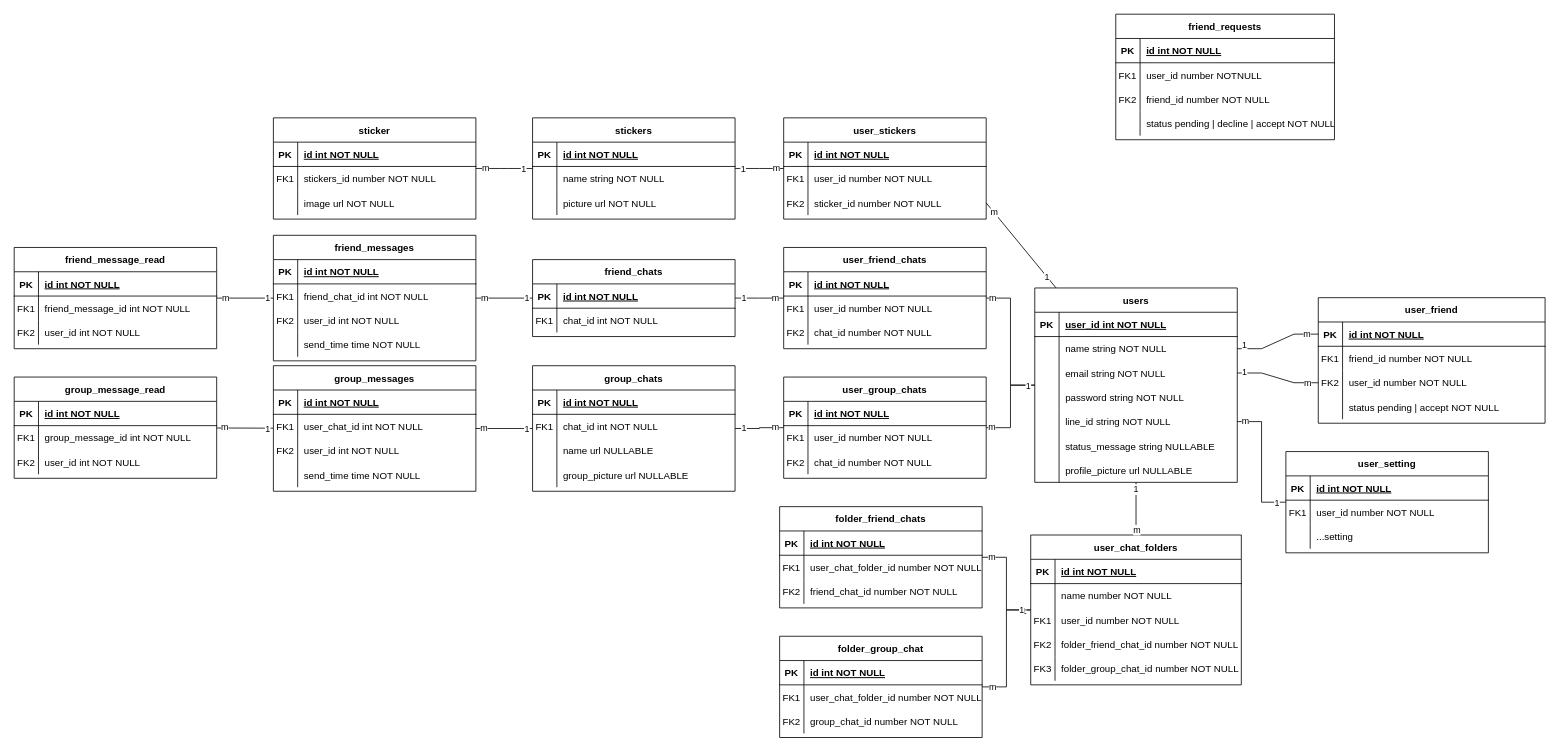
Above: diagram/ER_diagram.drawio in MeowKyWay/LINE-Clone (draw.io), before the change. Source tidied: cells renumbered, new cells numbered last; positions are measured from the earlier drawing's top-left corner, leaving out a move shared by most shapes. Both pictures are drawn from the tidied source at 81%, with x=0, y=0 at pixel (14, 14).
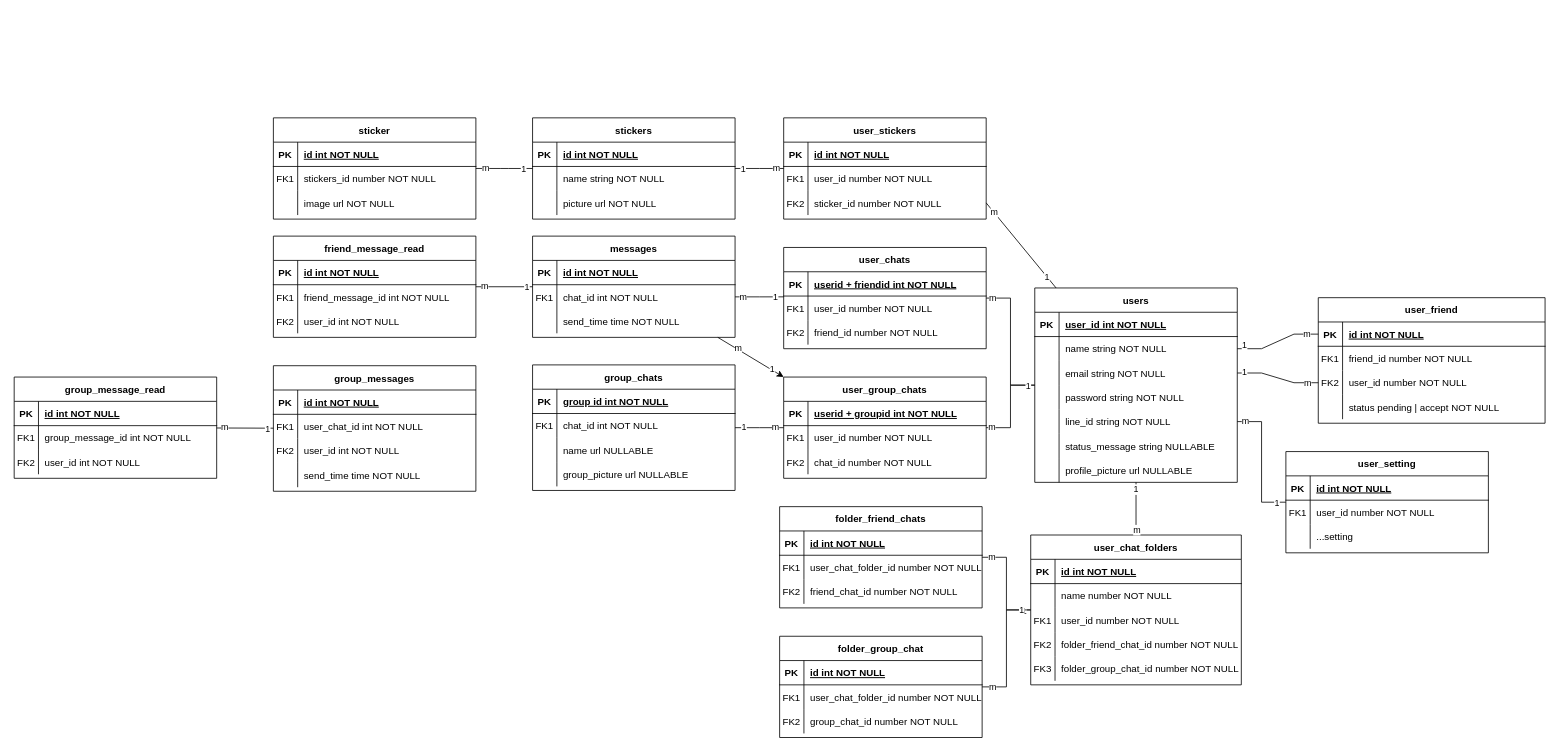
After the change.

Commit message (it also covers changes not shown here):
Add pending filter to friendRequest subscription

The change refers to these unchanged cells:
```xml
<mxCell id="13" style="shape=partialRectangle;fillColor=none;points=[[0,0.5],[1,0.5]];portConstraint=eastwest;top=0;left=0;right=0;bottom=0;" parent="9" vertex="1">
  <mxGeometry y="60" width="250" height="30" as="geometry" />
</mxCell>
<mxCell id="45" style="shape=partialRectangle;fillColor=none;top=0;left=0;right=0;bottom=1;" parent="44" vertex="1">
  <mxGeometry y="30" width="250" height="30" as="geometry" />
</mxCell>
<mxCell id="48" style="shape=partialRectangle;fillColor=none;points=[[0,0.5],[1,0.5]];portConstraint=eastwest;top=0;left=0;right=0;bottom=0;" parent="44" vertex="1">
  <mxGeometry y="60" width="250" height="30" as="geometry" />
</mxCell>
<mxCell id="51" style="shape=partialRectangle;fillColor=none;top=0;left=0;right=0;bottom=0;" parent="44" vertex="1">
  <mxGeometry y="90" width="250" height="30" as="geometry" />
</mxCell>
<mxCell id="62" value="user_group_chats" style="shape=table;startSize=30;childLayout=tableLayout;rowLines=0;fontStyle=1;align=center;" parent="1" vertex="1">
  <mxGeometry x="950" y="448" width="250" height="125" as="geometry" />
</mxCell>
<mxCell id="63" style="shape=partialRectangle;fillColor=none;top=0;left=0;right=0;bottom=1;" parent="62" vertex="1">
  <mxGeometry y="30" width="250" height="30" as="geometry" />
</mxCell>
<mxCell id="76" style="shape=partialRectangle;fillColor=none;top=0;left=0;right=0;bottom=1;" parent="75" vertex="1">
  <mxGeometry y="30" width="250" height="30" as="geometry" />
</mxCell>
<mxCell id="88" value="group_messages" style="shape=table;startSize=30;childLayout=tableLayout;rowLines=0;fontStyle=1;align=center;" parent="1" vertex="1">
  <mxGeometry x="320" y="434" width="250" height="155" as="geometry" />
</mxCell>
```

Change to the diagram source:
```diff
@@
-    <mxCell id="2" value="friend_chats" style="shape=table;startSize=30;childLayout=tableLayout;rowLines=0;fontStyle=1;align=center;" parent="1" vertex="1">
-      <mxGeometry x="640" y="303" width="250" height="95" as="geometry" />
-    </mxCell>
-    <mxCell id="3" style="shape=partialRectangle;fillColor=none;top=0;left=0;right=0;bottom=1;" parent="2" vertex="1">
-      <mxGeometry y="30" width="250" height="30" as="geometry" />
-    </mxCell>
-    <mxCell id="4" value="PK" style="shape=partialRectangle;overflow=hidden;fillColor=none;top=0;left=0;bottom=0;right=0;fontStyle=1;" parent="3" vertex="1">
-      <mxGeometry width="30" height="30" as="geometry" />
-    </mxCell>
-    <mxCell id="5" value="id int NOT NULL " style="shape=partialRectangle;overflow=hidden;fillColor=none;top=0;left=0;bottom=0;right=0;align=left;spacingLeft=6;fontStyle=5;" parent="3" vertex="1">
-      <mxGeometry x="30" width="220" height="30" as="geometry" />
-    </mxCell>
-    <mxCell id="6" style="shape=partialRectangle;fillColor=none;top=0;left=0;right=0;bottom=0;" parent="2" vertex="1">
-      <mxGeometry y="60" width="250" height="30" as="geometry" />
-    </mxCell>
-    <mxCell id="7" value="FK1" style="shape=partialRectangle;overflow=hidden;fillColor=none;top=0;left=0;bottom=0;right=0;" parent="6" vertex="1">
-      <mxGeometry width="30" height="30" as="geometry" />
-    </mxCell>
-    <mxCell id="8" value="chat_id int NOT NULL" style="shape=partialRectangle;overflow=hidden;fillColor=none;top=0;left=0;bottom=0;right=0;align=left;spacingLeft=6;" parent="6" vertex="1">
-      <mxGeometry x="30" width="220" height="30" as="geometry" />
-    </mxCell>
+    <mxCell id="262" style="edgeStyle=none;html=1;entryX=0;entryY=0;entryDx=0;entryDy=0;" parent="1" edge="1" source="9" target="62">
+      <mxGeometry relative="1" as="geometry" />
+    </mxCell>
+    <mxCell id="263" value="m" style="edgeLabel;html=1;align=center;verticalAlign=middle;" parent="262" vertex="1">
+      <mxGeometry x="-0.41" y="2" relative="1" as="geometry" />
+    </mxCell>
+    <mxCell id="264" value="1" style="edgeLabel;html=1;align=center;verticalAlign=middle;" parent="262" vertex="1">
+      <mxGeometry x="0.63" y="1" relative="1" as="geometry" />
+    </mxCell>
-    <mxCell id="9" value="friend_messages" style="shape=table;startSize=30;childLayout=tableLayout;rowLines=0;fontStyle=1;align=center;" parent="1" vertex="1">
-      <mxGeometry x="320" y="273" width="250" height="155" as="geometry" />
+    <mxCell id="9" value="messages" style="shape=table;startSize=30;childLayout=tableLayout;rowLines=0;fontStyle=1;align=center;" parent="1" vertex="1">
+      <mxGeometry x="640" y="274" width="250" height="125" as="geometry" />
     </mxCell>
@@
-    <mxCell id="15" value="friend_chat_id int NOT NULL" style="shape=partialRectangle;overflow=hidden;fillColor=none;top=0;left=0;bottom=0;right=0;align=left;spacingLeft=6;" parent="13" vertex="1">
+    <mxCell id="15" value="chat_id int NOT NULL" style="shape=partialRectangle;overflow=hidden;fillColor=none;top=0;left=0;bottom=0;right=0;align=left;spacingLeft=6;" parent="13" vertex="1">
       <mxGeometry x="30" width="220" height="30" as="geometry" />
     </mxCell>
-    <mxCell id="16" style="shape=partialRectangle;fillColor=none;top=0;left=0;right=0;bottom=0;" parent="9" vertex="1">
-      <mxGeometry y="90" width="250" height="30" as="geometry" />
-    </mxCell>
-    <mxCell id="17" value="FK2" style="shape=partialRectangle;overflow=hidden;fillColor=none;top=0;left=0;bottom=0;right=0;" parent="16" vertex="1">
-      <mxGeometry width="30" height="30" as="geometry" />
-    </mxCell>
-    <mxCell id="18" value="user_id int NOT NULL" style="shape=partialRectangle;overflow=hidden;fillColor=none;top=0;left=0;bottom=0;right=0;align=left;spacingLeft=6;" parent="16" vertex="1">
-      <mxGeometry x="30" width="220" height="30" as="geometry" />
-    </mxCell>
     <mxCell id="19" style="shape=partialRectangle;fillColor=none;top=0;left=0;right=0;bottom=0;" parent="9" vertex="1">
-      <mxGeometry y="120" width="250" height="30" as="geometry" />
+      <mxGeometry y="90" width="250" height="30" as="geometry" />
     </mxCell>
@@
-    <mxCell id="44" value="user_friend_chats" style="shape=table;startSize=30;childLayout=tableLayout;rowLines=0;fontStyle=1;align=center;" parent="1" vertex="1">
+    <mxCell id="44" value="user_chats" style="shape=table;startSize=30;childLayout=tableLayout;rowLines=0;fontStyle=1;align=center;" parent="1" vertex="1">
       <mxGeometry x="950" y="288" width="250" height="125" as="geometry" />
     </mxCell>
@@
-    <mxCell id="47" value="id int NOT NULL " style="shape=partialRectangle;overflow=hidden;fillColor=none;top=0;left=0;bottom=0;right=0;align=left;spacingLeft=6;fontStyle=5;" parent="45" vertex="1">
+    <mxCell id="47" value="userid + friendid int NOT NULL " style="shape=partialRectangle;overflow=hidden;fillColor=none;top=0;left=0;bottom=0;right=0;align=left;spacingLeft=6;fontStyle=5;" parent="45" vertex="1">
       <mxGeometry x="30" width="220" height="30" as="geometry" />
     </mxCell>
@@
-    <mxCell id="53" value="chat_id number NOT NULL" style="shape=partialRectangle;overflow=hidden;fillColor=none;top=0;left=0;bottom=0;right=0;align=left;spacingLeft=6;" parent="51" vertex="1">
+    <mxCell id="53" value="friend_id number NOT NULL" style="shape=partialRectangle;overflow=hidden;fillColor=none;top=0;left=0;bottom=0;right=0;align=left;spacingLeft=6;" parent="51" vertex="1">
       <mxGeometry x="30" width="220" height="30" as="geometry" />
     </mxCell>
@@
-    <mxCell id="56" style="endArrow=none;html=1;rounded=0;edgeStyle=entityRelationEdgeStyle;" parent="1" edge="1" source="44" target="2">
-      <mxGeometry relative="1" as="geometry">
-        <Array as="points">
-          <mxPoint x="1160" y="558" />
-        </Array>
-      </mxGeometry>
-    </mxCell>
-    <mxCell id="57" value="m" style="edgeLabel;html=1;align=center;verticalAlign=middle;" parent="56" vertex="1">
-      <mxGeometry x="-0.66" y="4" relative="1" as="geometry">
-        <mxPoint x="-1" y="-5" as="offset" />
-      </mxGeometry>
-    </mxCell>
-    <mxCell id="58" value="1" style="edgeLabel;html=1;align=center;verticalAlign=middle;" parent="56" vertex="1">
-      <mxGeometry x="0.66" y="-1" relative="1" as="geometry" />
-    </mxCell>
-    <mxCell id="59" style="endArrow=none;html=1;rounded=0;" parent="1" edge="1" source="9" target="2">
-      <mxGeometry relative="1" as="geometry" />
-    </mxCell>
-    <mxCell id="60" value="1" style="edgeLabel;html=1;align=center;verticalAlign=middle;" parent="59" vertex="1">
-      <mxGeometry x="0.81" y="1" relative="1" as="geometry">
-        <mxPoint x="-1" y="1" as="offset" />
-      </mxGeometry>
-    </mxCell>
-    <mxCell id="61" value="m" style="edgeLabel;html=1;align=center;verticalAlign=middle;" parent="59" vertex="1">
-      <mxGeometry x="-0.8" y="-1" relative="1" as="geometry">
-        <mxPoint x="3" y="-2" as="offset" />
-      </mxGeometry>
-    </mxCell>
@@
-    <mxCell id="65" value="id int NOT NULL " style="shape=partialRectangle;overflow=hidden;fillColor=none;top=0;left=0;bottom=0;right=0;align=left;spacingLeft=6;fontStyle=5;" parent="63" vertex="1">
+    <mxCell id="65" value="userid + groupid int NOT NULL " style="shape=partialRectangle;overflow=hidden;fillColor=none;top=0;left=0;bottom=0;right=0;align=left;spacingLeft=6;fontStyle=5;" parent="63" vertex="1">
       <mxGeometry x="30" width="220" height="30" as="geometry" />
     </mxCell>
@@
     <mxCell id="75" value="group_chats" style="shape=table;startSize=30;childLayout=tableLayout;rowLines=0;fontStyle=1;align=center;" parent="1" vertex="1">
-      <mxGeometry x="640" y="434" width="250" height="155" as="geometry" />
+      <mxGeometry x="640" y="433" width="250" height="155" as="geometry" />
     </mxCell>
@@
-    <mxCell id="78" value="id int NOT NULL " style="shape=partialRectangle;overflow=hidden;fillColor=none;top=0;left=0;bottom=0;right=0;align=left;spacingLeft=6;fontStyle=5;" parent="76" vertex="1">
+    <mxCell id="78" value="group id int NOT NULL " style="shape=partialRectangle;overflow=hidden;fillColor=none;top=0;left=0;bottom=0;right=0;align=left;spacingLeft=6;fontStyle=5;" parent="76" vertex="1">
       <mxGeometry x="30" width="220" height="30" as="geometry" />
     </mxCell>
@@
-    <mxCell id="101" style="endArrow=none;html=1;rounded=0;" parent="1" edge="1" source="88" target="75">
-      <mxGeometry relative="1" as="geometry" />
-    </mxCell>
-    <mxCell id="102" value="1" style="edgeLabel;html=1;align=center;verticalAlign=middle;" parent="101" vertex="1">
-      <mxGeometry x="0.81" y="1" relative="1" as="geometry">
-        <mxPoint x="-1" y="1" as="offset" />
-      </mxGeometry>
-    </mxCell>
-    <mxCell id="103" value="m" style="edgeLabel;html=1;align=center;verticalAlign=middle;" parent="101" vertex="1">
-      <mxGeometry x="-0.8" y="-1" relative="1" as="geometry">
-        <mxPoint x="2" y="-2" as="offset" />
-      </mxGeometry>
-    </mxCell>
@@
     <mxCell id="165" value="friend_message_read" style="shape=table;startSize=30;childLayout=tableLayout;rowLines=0;fontStyle=1;align=center;" parent="1" vertex="1">
-      <mxGeometry y="288" width="250" height="125" as="geometry" />
+      <mxGeometry x="320" y="274" width="250" height="125" as="geometry" />
     </mxCell>
@@
-    <mxCell id="246" value="friend_requests" style="shape=table;startSize=30;childLayout=tableLayout;rowLines=0;fontStyle=1;align=center;" parent="1" vertex="1">
-      <mxGeometry x="1360" width="270" height="155" as="geometry" />
-    </mxCell>
-    <mxCell id="247" style="shape=partialRectangle;fillColor=none;top=0;left=0;right=0;bottom=1;" parent="246" vertex="1">
-      <mxGeometry y="30" width="270" height="30" as="geometry" />
-    </mxCell>
-    <mxCell id="248" value="PK" style="shape=partialRectangle;overflow=hidden;fillColor=none;top=0;left=0;bottom=0;right=0;fontStyle=1;" parent="247" vertex="1">
-      <mxGeometry width="30" height="30" as="geometry" />
-    </mxCell>
-    <mxCell id="249" value="id int NOT NULL " style="shape=partialRectangle;overflow=hidden;fillColor=none;top=0;left=0;bottom=0;right=0;align=left;spacingLeft=6;fontStyle=5;" parent="247" vertex="1">
-      <mxGeometry x="30" width="240" height="30" as="geometry" />
-    </mxCell>
-    <mxCell id="250" style="shape=partialRectangle;fillColor=none;top=0;left=0;right=0;bottom=0;" parent="246" vertex="1">
-      <mxGeometry y="60" width="270" height="30" as="geometry" />
-    </mxCell>
-    <mxCell id="251" value="FK1" style="shape=partialRectangle;overflow=hidden;fillColor=none;top=0;left=0;bottom=0;right=0;" parent="250" vertex="1">
-      <mxGeometry width="30" height="30" as="geometry" />
-    </mxCell>
-    <mxCell id="252" value="user_id number NOTNULL" style="shape=partialRectangle;overflow=hidden;fillColor=none;top=0;left=0;bottom=0;right=0;align=left;spacingLeft=6;" parent="250" vertex="1">
-      <mxGeometry x="30" width="240" height="30" as="geometry" />
-    </mxCell>
-    <mxCell id="253" style="shape=partialRectangle;fillColor=none;top=0;left=0;right=0;bottom=0;" parent="246" vertex="1">
-      <mxGeometry y="90" width="270" height="30" as="geometry" />
-    </mxCell>
-    <mxCell id="254" value="FK2" style="shape=partialRectangle;overflow=hidden;fillColor=none;top=0;left=0;bottom=0;right=0;" parent="253" vertex="1">
-      <mxGeometry width="30" height="30" as="geometry" />
-    </mxCell>
-    <mxCell id="255" value="friend_id number NOT NULL" style="shape=partialRectangle;overflow=hidden;fillColor=none;top=0;left=0;bottom=0;right=0;align=left;spacingLeft=6;" parent="253" vertex="1">
-      <mxGeometry x="30" width="240" height="30" as="geometry" />
-    </mxCell>
-    <mxCell id="256" style="shape=partialRectangle;fillColor=none;top=0;left=0;right=0;bottom=0;" parent="246" vertex="1">
-      <mxGeometry y="120" width="270" height="30" as="geometry" />
-    </mxCell>
-    <mxCell id="257" style="shape=partialRectangle;overflow=hidden;fillColor=none;top=0;left=0;bottom=0;right=0;" parent="256" vertex="1">
-      <mxGeometry width="30" height="30" as="geometry" />
-    </mxCell>
-    <mxCell id="258" value="status pending | decline | accept NOT NULL" style="shape=partialRectangle;overflow=hidden;fillColor=none;top=0;left=0;bottom=0;right=0;align=left;spacingLeft=6;" parent="256" vertex="1">
-      <mxGeometry x="30" width="240" height="30" as="geometry" />
-    </mxCell>
@@
+    <mxCell id="265" style="endArrow=none;html=1;rounded=0;edgeStyle=entityRelationEdgeStyle;exitX=1;exitY=0.5;exitDx=0;exitDy=0;entryX=0;entryY=0.033;entryDx=0;entryDy=0;entryPerimeter=0;" parent="1" edge="1" source="13" target="48">
+      <mxGeometry relative="1" as="geometry">
+        <Array as="points">
+          <mxPoint x="1490" y="824.5" />
+        </Array>
+      </mxGeometry>
+    </mxCell>
+    <mxCell id="266" value="m" style="edgeLabel;html=1;align=center;verticalAlign=middle;" parent="265" vertex="1">
+      <mxGeometry x="-0.66" y="4" relative="1" as="geometry">
+        <mxPoint x="-1" y="3" as="offset" />
+      </mxGeometry>
+    </mxCell>
+    <mxCell id="267" value="1" style="edgeLabel;html=1;align=center;verticalAlign=middle;" parent="265" vertex="1">
+      <mxGeometry x="0.66" y="-1" relative="1" as="geometry">
+        <mxPoint y="-1" as="offset" />
+      </mxGeometry>
+    </mxCell>
```
